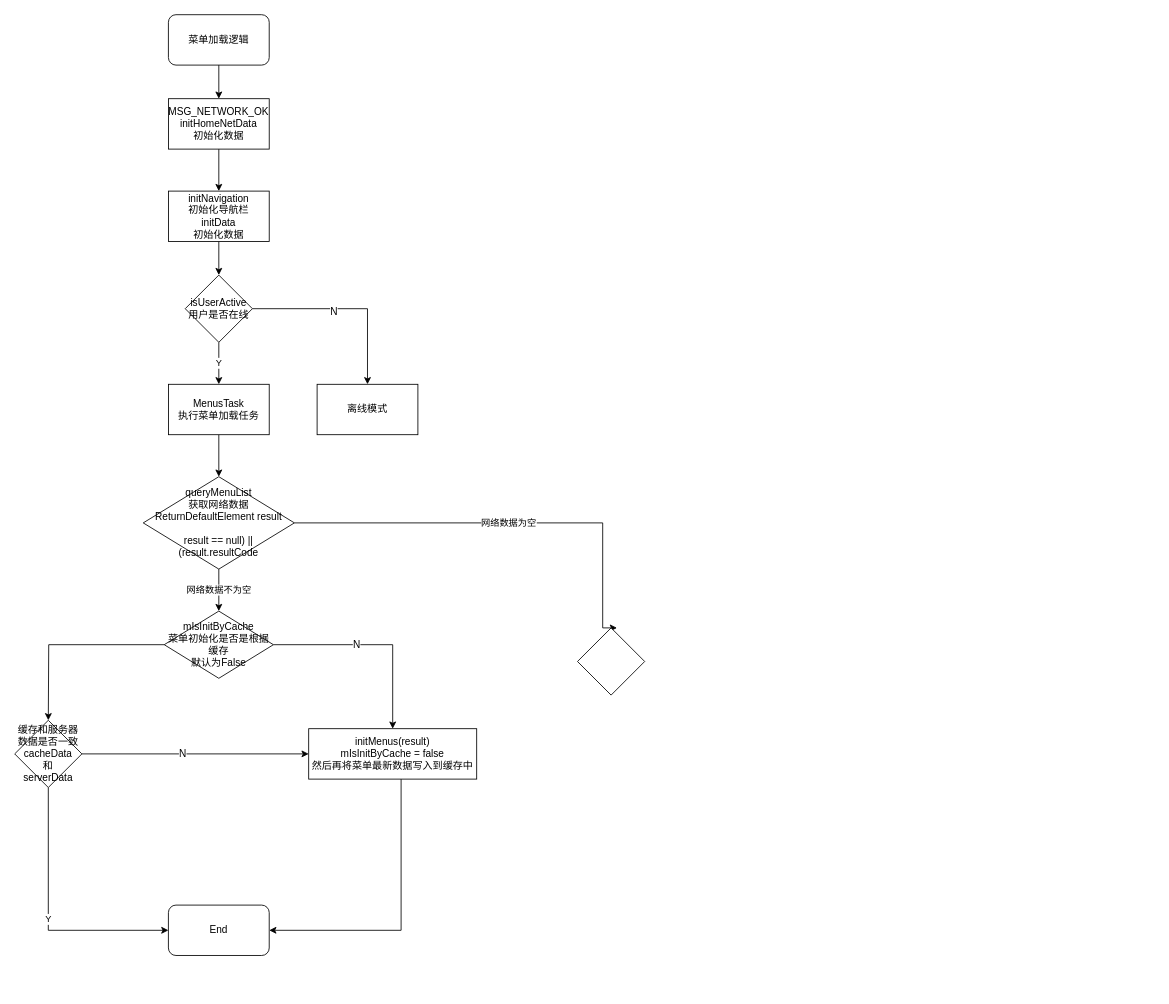
honghonglhh2018/ThinkingFlowChart keeps this draw.io diagram as 菜单加载逻辑.drawio. Above is the earlier version. Source tidied: cells renumbered, new cells numbered last; positions are measured from the earlier drawing's top-left corner, leaving out a move shared by most shapes. Both pictures are drawn from the tidied source at 84%, with x=0, y=0 at pixel (14, 14).
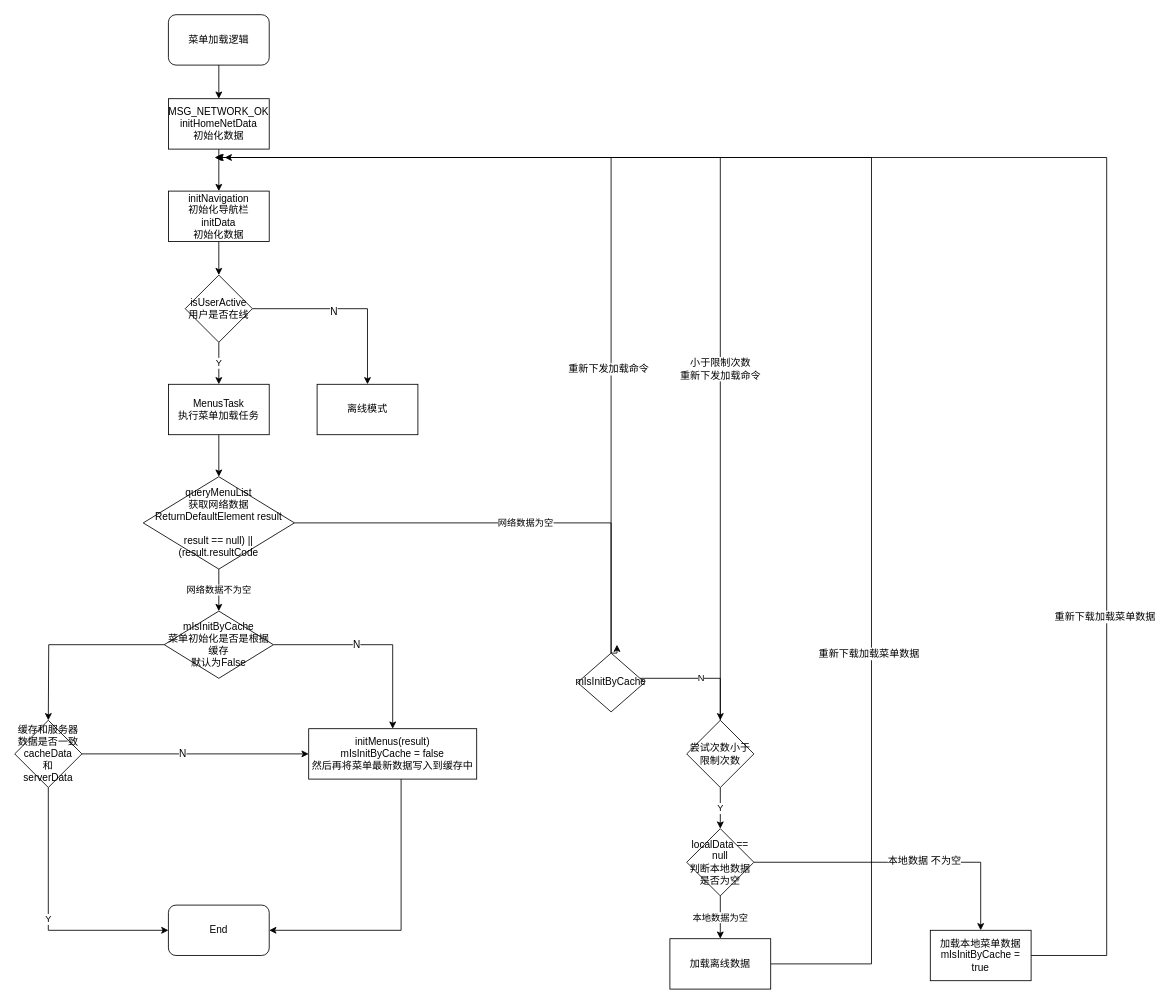
The same diagram, later.

Commit message (it also covers changes not shown here):
更新菜单加载逻辑.drawio

Unchanged cells that the change refers to:
```xml
<mxCell id="17" value="queryMenuList&lt;br&gt;获取网络数据&lt;br&gt;ReturnDefaultElement result&lt;br&gt;&lt;br&gt;result == null) || (result.resultCode" style="rhombus;whiteSpace=wrap;html=1;" parent="1" vertex="1">
  <mxGeometry x="153" y="550" width="180" height="110" as="geometry" />
</mxCell>
```

The edit, as a diff of the source:
```diff
@@
-    <mxCell id="16" value="网络数据为空" style="edgeStyle=orthogonalEdgeStyle;rounded=0;jettySize=auto;html=1;entryX=0.5;entryY=0;entryDx=0;entryDy=0;" parent="1" edge="1" source="17">
+    <mxCell id="16" value="网络数据为空" style="edgeStyle=orthogonalEdgeStyle;rounded=0;jettySize=auto;html=1;" parent="1" edge="1" source="17">
       <mxGeometry relative="1" as="geometry">
-        <mxPoint x="717" y="730" as="targetPoint" />
+        <mxPoint x="717" y="750" as="targetPoint" />
         <Array as="points">
-          <mxPoint x="700" y="605" />
-          <mxPoint x="700" y="730" />
+          <mxPoint x="710" y="605" />
+          <mxPoint x="710" y="760" />
+          <mxPoint x="717" y="760" />
         </Array>
       </mxGeometry>
     </mxCell>
@@
-    <mxCell id="29" style="rhombus;whiteSpace=wrap;html=1;" parent="1" vertex="1">
-      <mxGeometry x="670" y="730" width="80" height="80" as="geometry" />
-    </mxCell>
+    <mxCell id="30" value="N" style="edgeStyle=orthogonalEdgeStyle;rounded=0;jettySize=auto;html=1;entryX=0.5;entryY=0;entryDx=0;entryDy=0;" parent="1" edge="1" source="33" target="37">
+      <mxGeometry relative="1" as="geometry">
+        <Array as="points">
+          <mxPoint x="840" y="790" />
+        </Array>
+      </mxGeometry>
+    </mxCell>
+    <mxCell id="31" style="edgeStyle=orthogonalEdgeStyle;rounded=0;jettySize=auto;html=1;exitX=0.5;exitY=0;exitDx=0;exitDy=0;" parent="1" edge="1" source="33">
+      <mxGeometry relative="1" as="geometry">
+        <mxPoint x="240" y="170" as="targetPoint" />
+        <Array as="points">
+          <mxPoint x="710" y="170" />
+        </Array>
+      </mxGeometry>
+    </mxCell>
+    <mxCell id="32" value="重新下发加载命令" style="text;html=1;align=center;verticalAlign=middle;labelBackgroundColor=#ffffff;" parent="31" vertex="1">
+      <mxGeometry x="-0.36" y="4" relative="1" as="geometry" />
+    </mxCell>
+    <mxCell id="33" value="mIsInitByCache" style="rhombus;whiteSpace=wrap;html=1;" parent="1" vertex="1">
+      <mxGeometry x="670" y="760" width="80" height="70" as="geometry" />
+    </mxCell>
+    <mxCell id="34" style="edgeStyle=orthogonalEdgeStyle;rounded=0;jettySize=auto;html=1;" parent="1" edge="1" source="37">
+      <mxGeometry relative="1" as="geometry">
+        <mxPoint x="240" y="170" as="targetPoint" />
+        <Array as="points">
+          <mxPoint x="840" y="170" />
+        </Array>
+      </mxGeometry>
+    </mxCell>
+    <mxCell id="35" value="小于限制次数&lt;br&gt;重新下发加载命令" style="text;html=1;align=center;verticalAlign=middle;labelBackgroundColor=#ffffff;" parent="34" vertex="1">
+      <mxGeometry x="-0.34" y="1" relative="1" as="geometry" />
+    </mxCell>
+    <mxCell id="36" value="Y" style="edgeStyle=orthogonalEdgeStyle;rounded=0;jettySize=auto;html=1;" parent="1" edge="1" source="37" target="41">
+      <mxGeometry relative="1" as="geometry" />
+    </mxCell>
+    <mxCell id="37" value="尝试次数小于限制次数" style="rhombus;whiteSpace=wrap;html=1;" parent="1" vertex="1">
+      <mxGeometry x="800" y="840" width="80" height="80" as="geometry" />
+    </mxCell>
+    <mxCell id="38" value="本地数据为空" style="edgeStyle=orthogonalEdgeStyle;rounded=0;jettySize=auto;html=1;" parent="1" edge="1" source="41" target="44">
+      <mxGeometry relative="1" as="geometry" />
+    </mxCell>
+    <mxCell id="39" style="edgeStyle=orthogonalEdgeStyle;rounded=0;jettySize=auto;html=1;entryX=0.5;entryY=0;entryDx=0;entryDy=0;" parent="1" edge="1" source="41" target="47">
+      <mxGeometry relative="1" as="geometry" />
+    </mxCell>
+    <mxCell id="40" value="本地数据 不为空" style="text;html=1;align=center;verticalAlign=middle;labelBackgroundColor=#ffffff;" parent="39" vertex="1">
+      <mxGeometry x="0.15" y="2" relative="1" as="geometry" />
+    </mxCell>
+    <mxCell id="41" value="localData == null&lt;br&gt;判断本地数据是否为空" style="rhombus;whiteSpace=wrap;html=1;" parent="1" vertex="1">
+      <mxGeometry x="800" y="969" width="80" height="80" as="geometry" />
+    </mxCell>
+    <mxCell id="42" style="edgeStyle=orthogonalEdgeStyle;rounded=0;jettySize=auto;html=1;" parent="1" edge="1" source="44">
+      <mxGeometry relative="1" as="geometry">
+        <mxPoint x="250" y="170" as="targetPoint" />
+        <Array as="points">
+          <mxPoint x="1020" y="1130" />
+          <mxPoint x="1020" y="170" />
+        </Array>
+      </mxGeometry>
+    </mxCell>
+    <mxCell id="43" value="重新下载加载菜单数据" style="text;html=1;align=center;verticalAlign=middle;labelBackgroundColor=#ffffff;" parent="42" vertex="1">
+      <mxGeometry x="-0.47" y="4" relative="1" as="geometry" />
+    </mxCell>
+    <mxCell id="44" value="加载离线数据" style="rounded=0;whiteSpace=wrap;html=1;" parent="1" vertex="1">
+      <mxGeometry x="780" y="1100" width="120" height="60" as="geometry" />
+    </mxCell>
+    <mxCell id="45" style="edgeStyle=orthogonalEdgeStyle;rounded=0;jettySize=auto;html=1;" parent="1" edge="1" source="47">
+      <mxGeometry relative="1" as="geometry">
+        <mxPoint x="238" y="170" as="targetPoint" />
+        <Array as="points">
+          <mxPoint x="1300" y="1120" />
+          <mxPoint x="1300" y="170" />
+        </Array>
+      </mxGeometry>
+    </mxCell>
+    <mxCell id="46" value="重新下载加载菜单数据" style="text;html=1;align=center;verticalAlign=middle;labelBackgroundColor=#ffffff;" parent="45" vertex="1">
+      <mxGeometry x="-0.53" y="3" relative="1" as="geometry" />
+    </mxCell>
+    <mxCell id="47" value="加载本地菜单数据&lt;br&gt;mIsInitByCache = true" style="rounded=0;whiteSpace=wrap;html=1;" parent="1" vertex="1">
+      <mxGeometry x="1090" y="1090" width="120" height="60" as="geometry" />
+    </mxCell>
```
